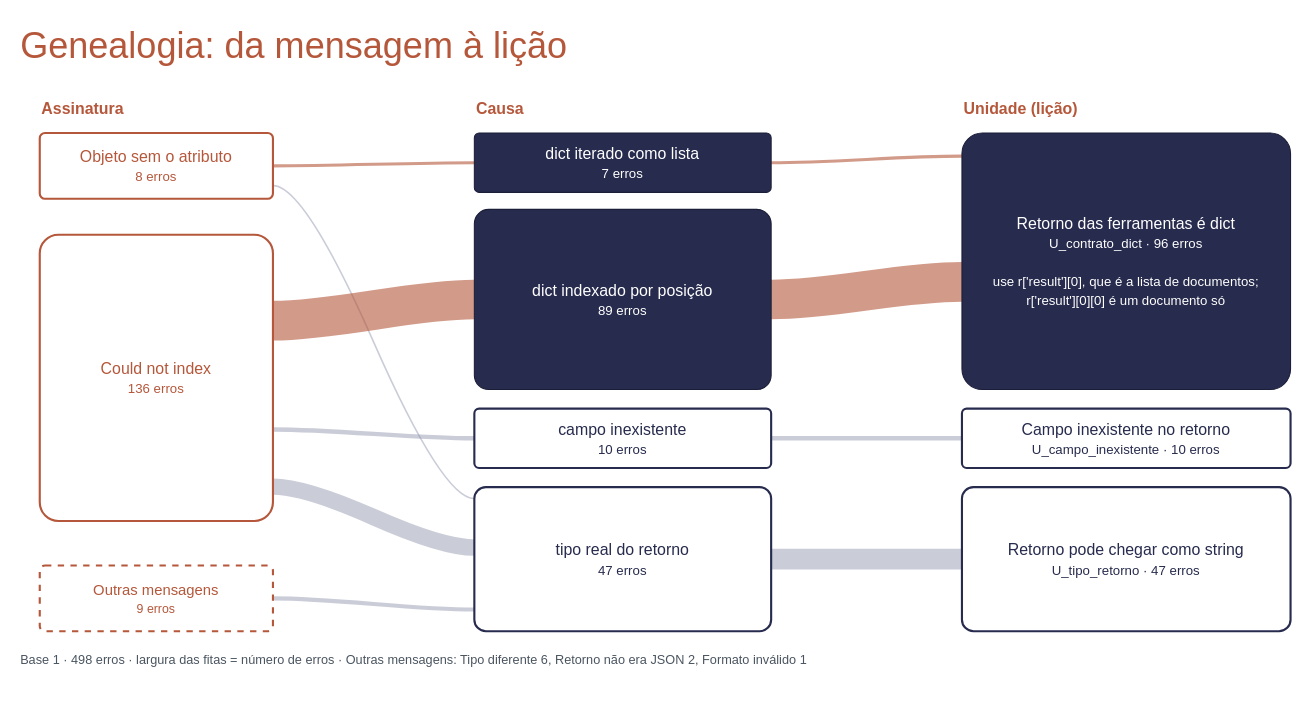
Above: docs/sources/draw.io/genealogia_contrato_dict.drawio in rc-ventura/memory_layer_ai_agents (draw.io), before the change. Source tidied: cells renumbered, new cells numbered last; positions are measured from the earlier drawing's top-left corner, leaving out a move shared by most shapes. Both pictures are drawn from the tidied source at 106%, with x=0, y=0 at pixel (18, 18).
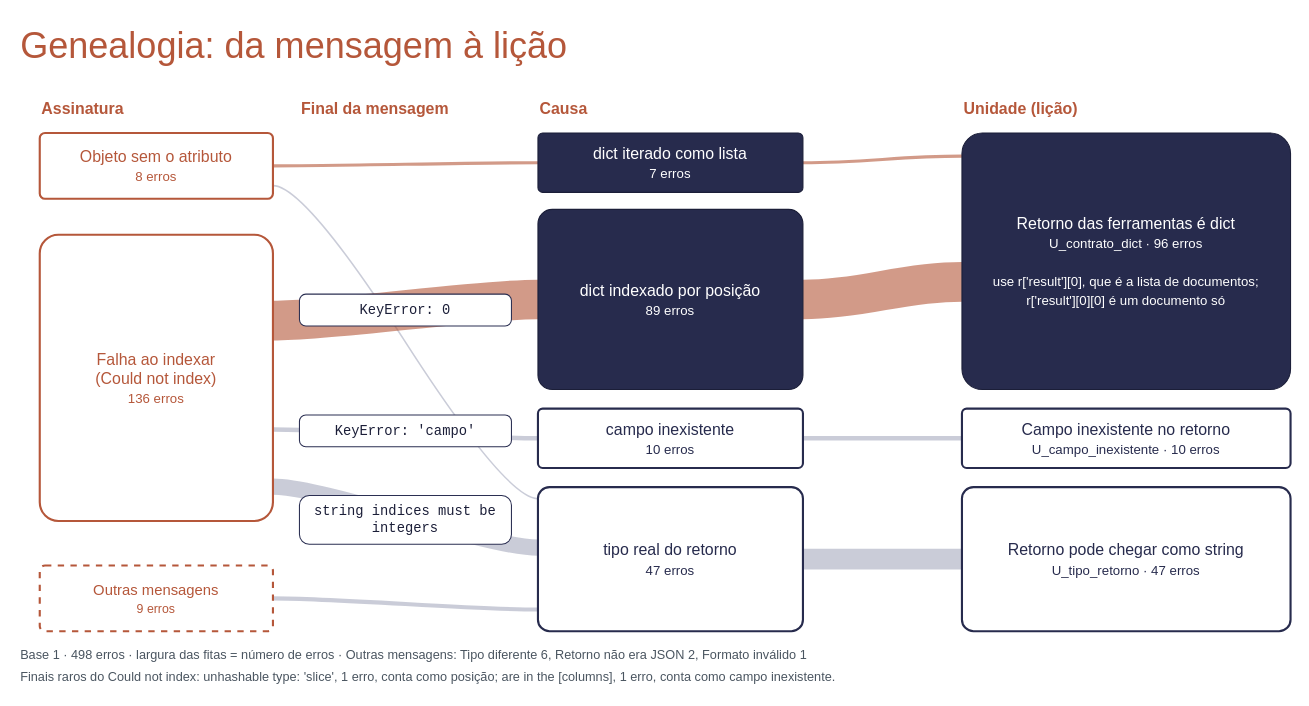
Above is the later version.

The edit, as a diff of the source:
```diff
@@
-    <mxCell id="2" style="edgeStyle=entityRelationEdgeStyle;curved=1;html=1;endArrow=none;startArrow=none;strokeColor=#B5573A;opacity=60;strokeWidth=2.9;exitX=1;exitY=0.5;exitDx=0;exitDy=0;entryX=0;entryY=0.5;entryDx=0;entryDy=0;" parent="1" edge="1" source="16" target="19">
-      <mxGeometry relative="1" as="geometry" />
-    </mxCell>
-    <mxCell id="3" style="edgeStyle=entityRelationEdgeStyle;curved=1;html=1;endArrow=none;startArrow=none;strokeColor=#8A8FA8;opacity=45;strokeWidth=1.5;exitX=1;exitY=0.8;exitDx=0;exitDy=0;entryX=0;entryY=0.08;entryDx=0;entryDy=0;" parent="1" edge="1" source="16" target="22">
+    <mxCell id="3" style="edgeStyle=entityRelationEdgeStyle;curved=1;html=1;endArrow=none;startArrow=none;strokeColor=#B5573A;opacity=60;strokeWidth=2.9;exitX=1;exitY=0.5;exitDx=0;exitDy=0;entryX=0;entryY=0.5;entryDx=0;entryDy=0;" parent="1" edge="1" source="17" target="20">
       <mxGeometry relative="1" as="geometry" />
     </mxCell>
-    <mxCell id="4" style="edgeStyle=entityRelationEdgeStyle;curved=1;html=1;endArrow=none;startArrow=none;strokeColor=#B5573A;opacity=60;strokeWidth=37.4;exitX=1;exitY=0.3;exitDx=0;exitDy=0;entryX=0;entryY=0.5;entryDx=0;entryDy=0;" parent="1" edge="1" source="17" target="20">
+    <mxCell id="4" style="edgeStyle=entityRelationEdgeStyle;curved=1;html=1;endArrow=none;startArrow=none;strokeColor=#8A8FA8;opacity=45;strokeWidth=1.5;exitX=1;exitY=0.8;exitDx=0;exitDy=0;entryX=0;entryY=0.08;entryDx=0;entryDy=0;" parent="1" edge="1" source="17" target="23">
       <mxGeometry relative="1" as="geometry" />
     </mxCell>
-    <mxCell id="5" style="edgeStyle=entityRelationEdgeStyle;curved=1;html=1;endArrow=none;startArrow=none;strokeColor=#8A8FA8;opacity=45;strokeWidth=4.2;exitX=1;exitY=0.68;exitDx=0;exitDy=0;entryX=0;entryY=0.5;entryDx=0;entryDy=0;" parent="1" edge="1" source="17" target="21">
+    <mxCell id="5" style="edgeStyle=entityRelationEdgeStyle;curved=1;html=1;endArrow=none;startArrow=none;strokeColor=#B5573A;opacity=60;strokeWidth=37.4;exitX=1;exitY=0.3;exitDx=0;exitDy=0;entryX=0;entryY=0.5;entryDx=0;entryDy=0;" parent="1" edge="1" source="18" target="21">
       <mxGeometry relative="1" as="geometry" />
     </mxCell>
-    <mxCell id="6" style="edgeStyle=entityRelationEdgeStyle;curved=1;html=1;endArrow=none;startArrow=none;strokeColor=#8A8FA8;opacity=45;strokeWidth=15.5;exitX=1;exitY=0.88;exitDx=0;exitDy=0;entryX=0;entryY=0.42;entryDx=0;entryDy=0;" parent="1" edge="1" source="17" target="22">
+    <mxCell id="6" style="edgeStyle=entityRelationEdgeStyle;curved=1;html=1;endArrow=none;startArrow=none;strokeColor=#8A8FA8;opacity=45;strokeWidth=4.2;exitX=1;exitY=0.68;exitDx=0;exitDy=0;entryX=0;entryY=0.5;entryDx=0;entryDy=0;" parent="1" edge="1" source="18" target="22">
       <mxGeometry relative="1" as="geometry" />
     </mxCell>
-    <mxCell id="7" style="edgeStyle=entityRelationEdgeStyle;curved=1;html=1;endArrow=none;startArrow=none;strokeColor=#8A8FA8;opacity=45;strokeWidth=3.8;exitX=1;exitY=0.5;exitDx=0;exitDy=0;entryX=0;entryY=0.85;entryDx=0;entryDy=0;" parent="1" edge="1" source="18" target="22">
+    <mxCell id="7" style="edgeStyle=entityRelationEdgeStyle;curved=1;html=1;endArrow=none;startArrow=none;strokeColor=#8A8FA8;opacity=45;strokeWidth=15.5;exitX=1;exitY=0.88;exitDx=0;exitDy=0;entryX=0;entryY=0.42;entryDx=0;entryDy=0;" parent="1" edge="1" source="18" target="23">
       <mxGeometry relative="1" as="geometry" />
     </mxCell>
-    <mxCell id="8" style="edgeStyle=entityRelationEdgeStyle;curved=1;html=1;endArrow=none;startArrow=none;strokeColor=#B5573A;opacity=60;strokeWidth=2.9;exitX=1;exitY=0.5;exitDx=0;exitDy=0;entryX=0;entryY=0.09;entryDx=0;entryDy=0;" parent="1" edge="1" source="19" target="23">
+    <mxCell id="8" style="edgeStyle=entityRelationEdgeStyle;curved=1;html=1;endArrow=none;startArrow=none;strokeColor=#8A8FA8;opacity=45;strokeWidth=3.8;exitX=1;exitY=0.5;exitDx=0;exitDy=0;entryX=0;entryY=0.85;entryDx=0;entryDy=0;" parent="1" edge="1" source="19" target="23">
       <mxGeometry relative="1" as="geometry" />
     </mxCell>
-    <mxCell id="9" style="edgeStyle=entityRelationEdgeStyle;curved=1;html=1;endArrow=none;startArrow=none;strokeColor=#B5573A;opacity=60;strokeWidth=37.4;exitX=1;exitY=0.5;exitDx=0;exitDy=0;entryX=0;entryY=0.58;entryDx=0;entryDy=0;" parent="1" edge="1" source="20" target="23">
+    <mxCell id="9" style="edgeStyle=entityRelationEdgeStyle;curved=1;html=1;endArrow=none;startArrow=none;strokeColor=#B5573A;opacity=60;strokeWidth=2.9;exitX=1;exitY=0.5;exitDx=0;exitDy=0;entryX=0;entryY=0.09;entryDx=0;entryDy=0;" parent="1" edge="1" source="20" target="24">
       <mxGeometry relative="1" as="geometry" />
     </mxCell>
-    <mxCell id="10" style="edgeStyle=entityRelationEdgeStyle;curved=1;html=1;endArrow=none;startArrow=none;strokeColor=#8A8FA8;opacity=45;strokeWidth=4.2;exitX=1;exitY=0.5;exitDx=0;exitDy=0;entryX=0;entryY=0.5;entryDx=0;entryDy=0;" parent="1" edge="1" source="21" target="24">
+    <mxCell id="10" style="edgeStyle=entityRelationEdgeStyle;curved=1;html=1;endArrow=none;startArrow=none;strokeColor=#B5573A;opacity=60;strokeWidth=37.4;exitX=1;exitY=0.5;exitDx=0;exitDy=0;entryX=0;entryY=0.58;entryDx=0;entryDy=0;" parent="1" edge="1" source="21" target="24">
       <mxGeometry relative="1" as="geometry" />
     </mxCell>
-    <mxCell id="11" style="edgeStyle=entityRelationEdgeStyle;curved=1;html=1;endArrow=none;startArrow=none;strokeColor=#8A8FA8;opacity=45;strokeWidth=19.7;exitX=1;exitY=0.5;exitDx=0;exitDy=0;entryX=0;entryY=0.5;entryDx=0;entryDy=0;" parent="1" edge="1" source="22" target="25">
+    <mxCell id="11" style="edgeStyle=entityRelationEdgeStyle;curved=1;html=1;endArrow=none;startArrow=none;strokeColor=#8A8FA8;opacity=45;strokeWidth=4.2;exitX=1;exitY=0.5;exitDx=0;exitDy=0;entryX=0;entryY=0.5;entryDx=0;entryDy=0;" parent="1" edge="1" source="22" target="25">
       <mxGeometry relative="1" as="geometry" />
     </mxCell>
+    <mxCell id="26" style="edgeStyle=entityRelationEdgeStyle;curved=1;html=1;endArrow=none;startArrow=none;strokeColor=#8A8FA8;opacity=45;strokeWidth=19.7;exitX=1;exitY=0.5;exitDx=0;exitDy=0;entryX=0;entryY=0.5;entryDx=0;entryDy=0;" parent="1" edge="1" source="23" target="2">
+      <mxGeometry relative="1" as="geometry" />
+    </mxCell>
@@
-    <mxCell id="14" value="Causa" style="text;html=1;verticalAlign=middle;fontColor=#B5573A;align=left;fontSize=15;fontStyle=1;" parent="1" vertex="1">
-      <mxGeometry x="430" y="72" width="300" height="26" as="geometry" />
+    <mxCell id="14" value="Final da mensagem" style="text;html=1;verticalAlign=middle;fontColor=#B5573A;align=left;fontSize=15;fontStyle=1;" parent="1" vertex="1">
+      <mxGeometry x="265" y="72" width="300" height="26" as="geometry" />
     </mxCell>
-    <mxCell id="15" value="Unidade (lição)" style="text;html=1;verticalAlign=middle;fontColor=#B5573A;align=left;fontSize=15;fontStyle=1;" parent="1" vertex="1">
-      <mxGeometry x="890" y="72" width="300" height="26" as="geometry" />
+    <mxCell id="15" value="Causa" style="text;html=1;verticalAlign=middle;fontColor=#B5573A;align=left;fontSize=15;fontStyle=1;" parent="1" vertex="1">
+      <mxGeometry x="490" y="72" width="300" height="26" as="geometry" />
     </mxCell>
-    <mxCell id="16" value="Objeto sem o atributo&lt;br&gt;&lt;small&gt;8 erros&lt;/small&gt;" style="rounded=1;arcSize=8;whiteSpace=wrap;html=1;fillColor=#FFFFFF;strokeColor=#B5573A;strokeWidth=2;fontColor=#B5573A;fontSize=15;" parent="1" vertex="1">
-      <mxGeometry x="20" y="108" width="220" height="62" as="geometry" />
+    <mxCell id="16" value="Unidade (lição)" style="text;html=1;verticalAlign=middle;fontColor=#B5573A;align=left;fontSize=15;fontStyle=1;" parent="1" vertex="1">
+      <mxGeometry x="890" y="72" width="300" height="26" as="geometry" />
     </mxCell>
-    <mxCell id="17" value="Could not index&lt;br&gt;&lt;small&gt;136 erros&lt;/small&gt;" style="rounded=1;arcSize=8;whiteSpace=wrap;html=1;fillColor=#FFFFFF;strokeColor=#B5573A;strokeWidth=2;fontColor=#B5573A;fontSize=15;" parent="1" vertex="1">
-      <mxGeometry x="20" y="204" width="220" height="270" as="geometry" />
+    <mxCell id="17" value="Objeto sem o atributo&lt;br&gt;&lt;small&gt;8 erros&lt;/small&gt;" style="rounded=1;arcSize=8;whiteSpace=wrap;html=1;fillColor=#FFFFFF;strokeColor=#B5573A;strokeWidth=2;fontColor=#B5573A;fontSize=15;" parent="1" vertex="1">
+      <mxGeometry x="20" y="108" width="220" height="62" as="geometry" />
     </mxCell>
-    <mxCell id="18" value="Outras mensagens&lt;br&gt;&lt;small&gt;9 erros&lt;/small&gt;" style="rounded=1;arcSize=8;whiteSpace=wrap;html=1;fillColor=#FFFFFF;strokeColor=#B5573A;strokeWidth=2;dashed=1;fontColor=#B5573A;fontSize=14;" parent="1" vertex="1">
-      <mxGeometry x="20" y="516" width="220" height="62" as="geometry" />
+    <mxCell id="18" value="Falha ao indexar&lt;br&gt;(Could not index)&lt;br&gt;&lt;small&gt;136 erros&lt;/small&gt;" style="rounded=1;arcSize=8;whiteSpace=wrap;html=1;fillColor=#FFFFFF;strokeColor=#B5573A;strokeWidth=2;fontColor=#B5573A;fontSize=15;" parent="1" vertex="1">
+      <mxGeometry x="20" y="204" width="220" height="270" as="geometry" />
     </mxCell>
-    <mxCell id="19" value="dict iterado como lista&lt;br&gt;&lt;small&gt;7 erros&lt;/small&gt;" style="rounded=1;arcSize=8;whiteSpace=wrap;html=1;fillColor=#272B4D;strokeColor=#1B1E38;fontColor=#FFFFFF;fontSize=15;" parent="1" vertex="1">
-      <mxGeometry x="430" y="108" width="280" height="56" as="geometry" />
+    <mxCell id="19" value="Outras mensagens&lt;br&gt;&lt;small&gt;9 erros&lt;/small&gt;" style="rounded=1;arcSize=8;whiteSpace=wrap;html=1;fillColor=#FFFFFF;strokeColor=#B5573A;strokeWidth=2;dashed=1;fontColor=#B5573A;fontSize=14;" parent="1" vertex="1">
+      <mxGeometry x="20" y="516" width="220" height="62" as="geometry" />
     </mxCell>
-    <mxCell id="20" value="dict indexado por posição&lt;br&gt;&lt;small&gt;89 erros&lt;/small&gt;" style="rounded=1;arcSize=8;whiteSpace=wrap;html=1;fillColor=#272B4D;strokeColor=#1B1E38;fontColor=#FFFFFF;fontSize=15;" parent="1" vertex="1">
-      <mxGeometry x="430" y="180" width="280" height="170" as="geometry" />
+    <mxCell id="20" value="dict iterado como lista&lt;br&gt;&lt;small&gt;7 erros&lt;/small&gt;" style="rounded=1;arcSize=8;whiteSpace=wrap;html=1;fillColor=#272B4D;strokeColor=#1B1E38;fontColor=#FFFFFF;fontSize=15;" parent="1" vertex="1">
+      <mxGeometry x="490" y="108" width="250" height="56" as="geometry" />
     </mxCell>
-    <mxCell id="21" value="campo inexistente&lt;br&gt;&lt;small&gt;10 erros&lt;/small&gt;" style="rounded=1;arcSize=8;whiteSpace=wrap;html=1;fillColor=#FFFFFF;strokeColor=#272B4D;strokeWidth=2;fontColor=#272B4D;fontSize=15;" parent="1" vertex="1">
-      <mxGeometry x="430" y="368" width="280" height="56" as="geometry" />
+    <mxCell id="21" value="dict indexado por posição&lt;br&gt;&lt;small&gt;89 erros&lt;/small&gt;" style="rounded=1;arcSize=8;whiteSpace=wrap;html=1;fillColor=#272B4D;strokeColor=#1B1E38;fontColor=#FFFFFF;fontSize=15;" parent="1" vertex="1">
+      <mxGeometry x="490" y="180" width="250" height="170" as="geometry" />
     </mxCell>
-    <mxCell id="22" value="tipo real do retorno&lt;br&gt;&lt;small&gt;47 erros&lt;/small&gt;" style="rounded=1;arcSize=8;whiteSpace=wrap;html=1;fillColor=#FFFFFF;strokeColor=#272B4D;strokeWidth=2;fontColor=#272B4D;fontSize=15;" parent="1" vertex="1">
-      <mxGeometry x="430" y="442" width="280" height="136" as="geometry" />
+    <mxCell id="22" value="campo inexistente&lt;br&gt;&lt;small&gt;10 erros&lt;/small&gt;" style="rounded=1;arcSize=8;whiteSpace=wrap;html=1;fillColor=#FFFFFF;strokeColor=#272B4D;strokeWidth=2;fontColor=#272B4D;fontSize=15;" parent="1" vertex="1">
+      <mxGeometry x="490" y="368" width="250" height="56" as="geometry" />
     </mxCell>
-    <mxCell id="23" value="Retorno das ferramentas é dict&lt;br&gt;&lt;small&gt;U_contrato_dict · 96 erros&lt;/small&gt;&lt;br&gt;&lt;br&gt;&lt;small&gt;use r['result'][0], que é a lista de documentos;&lt;br&gt;r['result'][0][0] é um documento só&lt;/small&gt;" style="rounded=1;arcSize=8;whiteSpace=wrap;html=1;fillColor=#272B4D;strokeColor=#1B1E38;fontColor=#FFFFFF;fontSize=15;" parent="1" vertex="1">
-      <mxGeometry x="890" y="108" width="310" height="242" as="geometry" />
+    <mxCell id="23" value="tipo real do retorno&lt;br&gt;&lt;small&gt;47 erros&lt;/small&gt;" style="rounded=1;arcSize=8;whiteSpace=wrap;html=1;fillColor=#FFFFFF;strokeColor=#272B4D;strokeWidth=2;fontColor=#272B4D;fontSize=15;" parent="1" vertex="1">
+      <mxGeometry x="490" y="442" width="250" height="136" as="geometry" />
     </mxCell>
-    <mxCell id="24" value="Campo inexistente no retorno&lt;br&gt;&lt;small&gt;U_campo_inexistente · 10 erros&lt;/small&gt;" style="rounded=1;arcSize=8;whiteSpace=wrap;html=1;fillColor=#FFFFFF;strokeColor=#272B4D;strokeWidth=2;fontColor=#272B4D;fontSize=15;" parent="1" vertex="1">
-      <mxGeometry x="890" y="368" width="310" height="56" as="geometry" />
+    <mxCell id="24" value="Retorno das ferramentas é dict&lt;br&gt;&lt;small&gt;U_contrato_dict · 96 erros&lt;/small&gt;&lt;br&gt;&lt;br&gt;&lt;small&gt;use r['result'][0], que é a lista de documentos;&lt;br&gt;r['result'][0][0] é um documento só&lt;/small&gt;" style="rounded=1;arcSize=8;whiteSpace=wrap;html=1;fillColor=#272B4D;strokeColor=#1B1E38;fontColor=#FFFFFF;fontSize=15;" parent="1" vertex="1">
+      <mxGeometry x="890" y="108" width="310" height="242" as="geometry" />
     </mxCell>
-    <mxCell id="25" value="Retorno pode chegar como string&lt;br&gt;&lt;small&gt;U_tipo_retorno · 47 erros&lt;/small&gt;" style="rounded=1;arcSize=8;whiteSpace=wrap;html=1;fillColor=#FFFFFF;strokeColor=#272B4D;strokeWidth=2;fontColor=#272B4D;fontSize=15;" parent="1" vertex="1">
-      <mxGeometry x="890" y="442" width="310" height="136" as="geometry" />
+    <mxCell id="25" value="Campo inexistente no retorno&lt;br&gt;&lt;small&gt;U_campo_inexistente · 10 erros&lt;/small&gt;" style="rounded=1;arcSize=8;whiteSpace=wrap;html=1;fillColor=#FFFFFF;strokeColor=#272B4D;strokeWidth=2;fontColor=#272B4D;fontSize=15;" parent="1" vertex="1">
+      <mxGeometry x="890" y="368" width="310" height="56" as="geometry" />
     </mxCell>
-    <mxCell id="26" value="Base 1 · 498 erros · largura das fitas = número de erros · Outras mensagens: Tipo diferente 6, Retorno não era JSON 2, Formato inválido 1" style="text;html=1;verticalAlign=middle;align=left;fontSize=12;fontColor=#4A5560;" parent="1" vertex="1">
-      <mxGeometry y="594" width="1200" height="22" as="geometry" />
-    </mxCell>
+    <mxCell id="2" value="Retorno pode chegar como string&lt;br&gt;&lt;small&gt;U_tipo_retorno · 47 erros&lt;/small&gt;" style="rounded=1;arcSize=8;whiteSpace=wrap;html=1;fillColor=#FFFFFF;strokeColor=#272B4D;strokeWidth=2;fontColor=#272B4D;fontSize=15;" parent="1" vertex="1">
+      <mxGeometry x="890" y="442" width="310" height="136" as="geometry" />
+    </mxCell>
+    <mxCell id="27" value="KeyError: 0" style="rounded=1;arcSize=20;whiteSpace=wrap;html=1;fillColor=#FFFFFF;strokeColor=#2B2F52;strokeWidth=1;fontFamily=Courier New;fontSize=13;fontColor=#1B1E38;" parent="1" vertex="1">
+      <mxGeometry x="265" y="260" width="200" height="30" as="geometry" />
+    </mxCell>
+    <mxCell id="28" value="KeyError: 'campo'" style="rounded=1;arcSize=20;whiteSpace=wrap;html=1;fillColor=#FFFFFF;strokeColor=#2B2F52;strokeWidth=1;fontFamily=Courier New;fontSize=13;fontColor=#1B1E38;" parent="1" vertex="1">
+      <mxGeometry x="265" y="374" width="200" height="30" as="geometry" />
+    </mxCell>
+    <mxCell id="29" value="string indices must be integers" style="rounded=1;arcSize=20;whiteSpace=wrap;html=1;fillColor=#FFFFFF;strokeColor=#2B2F52;strokeWidth=1;fontFamily=Courier New;fontSize=13;fontColor=#1B1E38;" parent="1" vertex="1">
+      <mxGeometry x="265" y="450" width="200" height="46" as="geometry" />
+    </mxCell>
+    <mxCell id="30" value="Base 1 · 498 erros · largura das fitas = número de erros · Outras mensagens: Tipo diferente 6, Retorno não era JSON 2, Formato inválido 1" style="text;html=1;verticalAlign=middle;align=left;fontSize=12;fontColor=#4A5560;" parent="1" vertex="1">
+      <mxGeometry y="590" width="1200" height="22" as="geometry" />
+    </mxCell>
+    <mxCell id="31" value="Finais raros do Could not index: unhashable type: 'slice', 1 erro, conta como posição; are in the [columns], 1 erro, conta como campo inexistente." style="text;html=1;verticalAlign=middle;align=left;fontSize=12;fontColor=#4A5560;" parent="1" vertex="1">
+      <mxGeometry y="610" width="1200" height="22" as="geometry" />
+    </mxCell>
```
